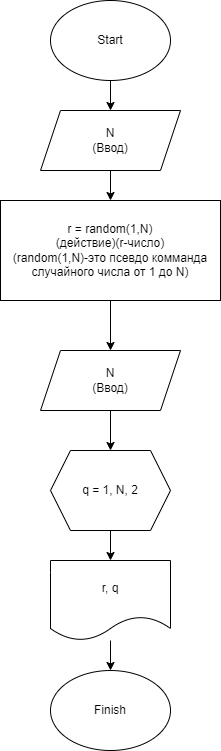
Earlier version of the draw.io export Bloc/ex001.drawio/ex002.drawio.png (MelyNik/practice_temp). Source tidied: cells renumbered, new cells last; positions are measured from the earlier drawing's top-left corner, leaving out a move shared by most shapes.
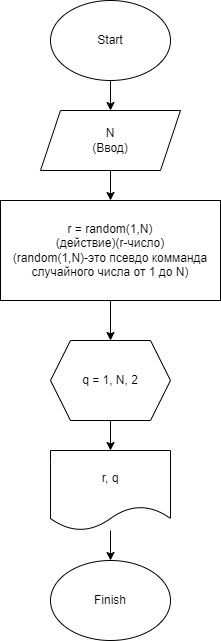
Later version of the same file.

Commit message:
Добавили решение основного и дополнительного условия второй задачи (корректировка 2)

Diff of the diagram source:
```diff
@@ -4,8 +4,8 @@
     <mxCell id="1" parent="0" />
     <mxCell id="2" style="edgeStyle=none;html=1;" parent="1" edge="1">
       <mxGeometry relative="1" as="geometry">
-        <mxPoint x="110" y="530" as="sourcePoint" />
-        <mxPoint x="110" y="560" as="targetPoint" />
+        <mxPoint x="110" y="420" as="sourcePoint" />
+        <mxPoint x="110" y="450" as="targetPoint" />
       </mxGeometry>
     </mxCell>
     <mxCell id="3" style="edgeStyle=none;html=1;" parent="1" edge="1" source="4" target="6">
@@ -20,11 +20,9 @@
     <mxCell id="6" value="N&lt;br&gt;(Ввод)" style="shape=parallelogram;perimeter=parallelogramPerimeter;whiteSpace=wrap;html=1;fixedSize=1;" parent="1" vertex="1">
       <mxGeometry x="40" y="110" width="140" height="60" as="geometry" />
     </mxCell>
-    <mxCell id="7" style="edgeStyle=none;html=1;" parent="1" edge="1" source="8">
-      <mxGeometry relative="1" as="geometry">
-        <mxPoint x="110" y="350" as="targetPoint" />
-      </mxGeometry>
-    </mxCell>
+    <mxCell id="15" style="edgeStyle=none;html=1;" parent="1" edge="1" source="8" target="14">
+      <mxGeometry relative="1" as="geometry" />
+    </mxCell>
     <mxCell id="8" value="r = random(1,N)&lt;br&gt;(действие)(r-число)&lt;br&gt;(random(1,N)-это псевдо комманда случайного числа от 1 до N)" style="rounded=0;whiteSpace=wrap;html=1;" parent="1" vertex="1">
       <mxGeometry y="200" width="220" height="100" as="geometry" />
     </mxCell>
@@ -32,19 +30,13 @@
       <mxGeometry relative="1" as="geometry" />
     </mxCell>
     <mxCell id="10" value="r, q" style="shape=document;whiteSpace=wrap;html=1;boundedLbl=1;" parent="1" vertex="1">
-      <mxGeometry x="50" y="560" width="120" height="80" as="geometry" />
+      <mxGeometry x="50" y="450" width="120" height="80" as="geometry" />
     </mxCell>
     <mxCell id="11" value="Finish" style="ellipse;whiteSpace=wrap;html=1;" parent="1" vertex="1">
-      <mxGeometry x="50" y="670" width="120" height="80" as="geometry" />
+      <mxGeometry x="50" y="560" width="120" height="80" as="geometry" />
     </mxCell>
-    <mxCell id="12" style="edgeStyle=none;html=1;" parent="1" edge="1" source="13" target="14">
-      <mxGeometry relative="1" as="geometry" />
-    </mxCell>
-    <mxCell id="13" value="N&lt;br&gt;(Ввод)" style="shape=parallelogram;perimeter=parallelogramPerimeter;whiteSpace=wrap;html=1;fixedSize=1;" parent="1" vertex="1">
-      <mxGeometry x="40" y="350" width="140" height="60" as="geometry" />
-    </mxCell>
     <mxCell id="14" value="q = 1, N, 2" style="shape=hexagon;perimeter=hexagonPerimeter2;whiteSpace=wrap;html=1;fixedSize=1;" parent="1" vertex="1">
-      <mxGeometry x="50" y="450" width="120" height="80" as="geometry" />
+      <mxGeometry x="50" y="340" width="120" height="80" as="geometry" />
     </mxCell>
   </root>
 </mxGraphModel>
```
